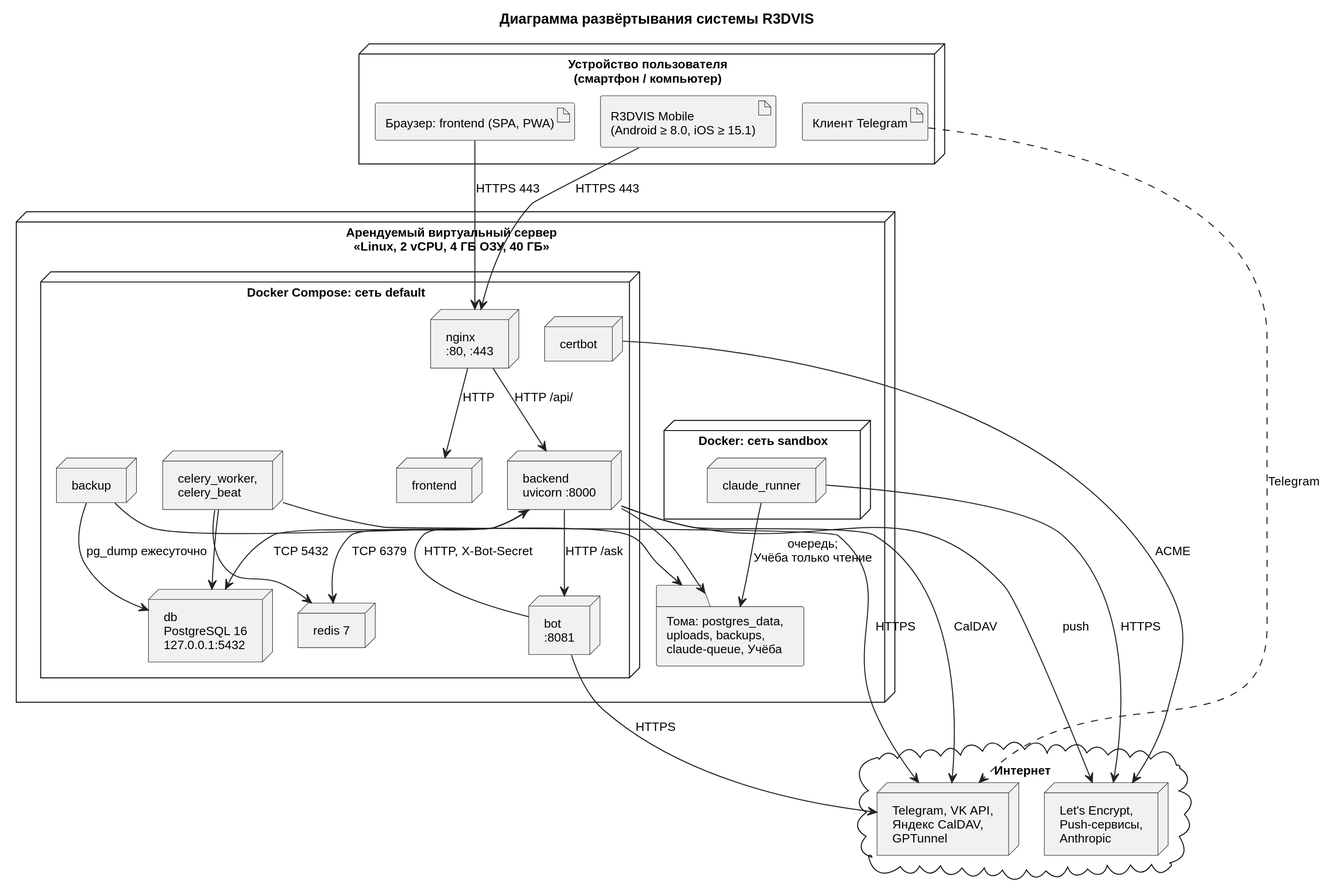
r3DBAD/Personal-AI-Assistant-College keeps this PlantUML diagram as docs/Технический проект/uml/deployment.svg. Above is the earlier version. Its diagram source:
```plantuml
@startuml
!include _style.iuml
skinparam nodesep 25
skinparam ranksep 40
title Диаграмма развёртывания системы R3DVIS

node "Устройство пользователя\n(смартфон / компьютер)" as DEV {
  artifact "Браузер: frontend (SPA, PWA)" as SPA
  artifact "R3DVIS Mobile\n(Android ≥ 8.0, iOS ≥ 15.1)" as APP
  artifact "Клиент Telegram" as TGC
}

node "Арендуемый виртуальный сервер\n<<Linux, 2 vCPU, 4 ГБ ОЗУ, 40 ГБ>>" as VPS {
  node "Docker Compose: сеть default" as NET {
    node "nginx\n:80, :443" as NGX
    node "frontend" as FE
    node "backend\nuvicorn :8000" as BE
    node "bot\n:8081" as BOT
    node "celery_worker,\ncelery_beat" as CEL
    node "db\nPostgreSQL 16\n127.0.0.1:5432" as DB
    node "redis 7" as RD
    node "backup" as BK
    node "certbot" as CB
  }
  node "Docker: сеть sandbox" as SB {
    node "claude_runner" as RUN
  }
  folder "Тома: postgres_data,\nuploads, backups,\nclaude-queue, Учёба" as VOL
}

cloud "Интернет" as NETX {
  node "Telegram, VK API,\nЯндекс CalDAV,\nGPTunnel" as SVC
  node "Let's Encrypt,\nPush-сервисы,\nAnthropic" as SVC2
}

SPA --> NGX : HTTPS 443
APP --> NGX : HTTPS 443
TGC ..> SVC : Telegram
NGX --> FE : HTTP
NGX --> BE : HTTP /api/
BE --> DB : TCP 5432
BE --> RD : TCP 6379
CEL --> DB
CEL --> RD
BOT --> BE : HTTP, X-Bot-Secret
BE --> BOT : HTTP /ask
BK --> DB : pg_dump ежесуточно
BK --> VOL
BE --> VOL
RUN --> VOL : очередь;\nУчёба только чтение
BOT --> SVC : HTTPS
BE --> SVC : CalDAV
CEL --> SVC : HTTPS
CB --> SVC2 : ACME
BE --> SVC2 : push
RUN --> SVC2 : HTTPS
@enduml
```
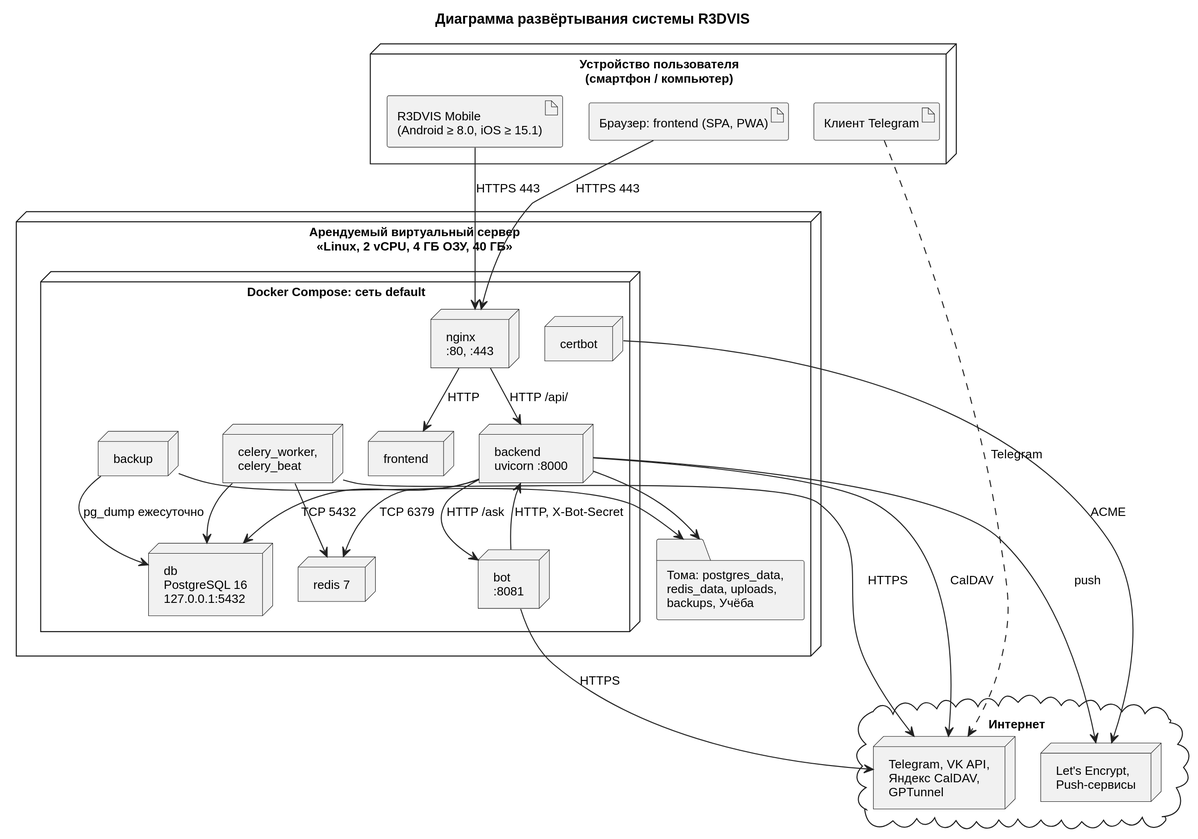
The same file after the commit.

What changed in the source:
```diff
@@ -22,15 +22,12 @@
     node "backup" as BK
     node "certbot" as CB
   }
-  node "Docker: сеть sandbox" as SB {
-    node "claude_runner" as RUN
-  }
-  folder "Тома: postgres_data,\nuploads, backups,\nclaude-queue, Учёба" as VOL
+  folder "Тома: postgres_data,\nredis_data, uploads,\nbackups, Учёба" as VOL
 }
 
 cloud "Интернет" as NETX {
   node "Telegram, VK API,\nЯндекс CalDAV,\nGPTunnel" as SVC
-  node "Let's Encrypt,\nPush-сервисы,\nAnthropic" as SVC2
+  node "Let's Encrypt,\nPush-сервисы" as SVC2
 }
 
 SPA --> NGX : HTTPS 443
@@ -47,11 +44,9 @@
 BK --> DB : pg_dump ежесуточно
 BK --> VOL
 BE --> VOL
-RUN --> VOL : очередь;\nУчёба только чтение
 BOT --> SVC : HTTPS
 BE --> SVC : CalDAV
 CEL --> SVC : HTTPS
 CB --> SVC2 : ACME
 BE --> SVC2 : push
-RUN --> SVC2 : HTTPS
 @enduml
```
